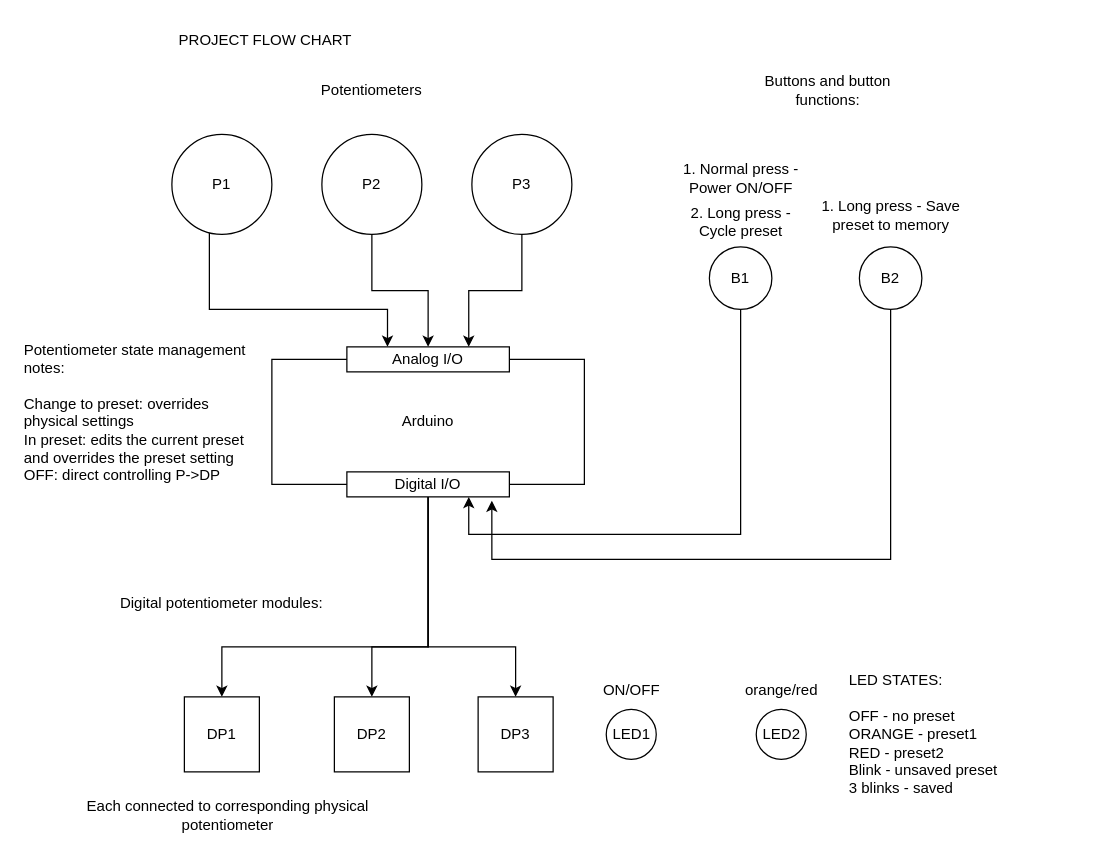
The draw.io diagram pedal_project_flow_chart.drawio in hansimb/pedal-controller-prototype, before the edit. Source tidied: cells renumbered, new cells numbered last; positions are measured from the earlier drawing's top-left corner, leaving out a move shared by most shapes. Both pictures are drawn from the tidied source at 125%, with x=0, y=0 at pixel (21, 21).
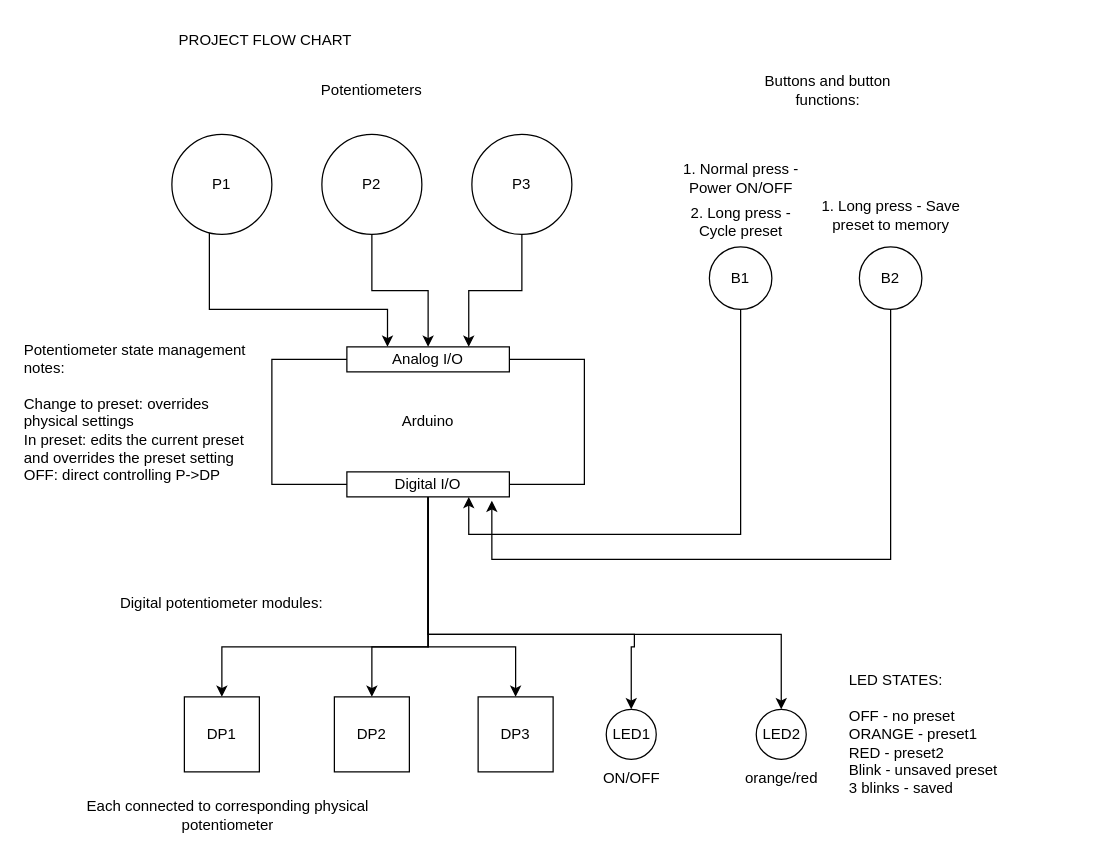
The same page after the edit.

Commit message (it also covers changes not shown here):
Fix: LED connections added

The change refers to these unchanged cells:
```xml
<mxCell id="23" value="Digital I/O" style="rounded=0;whiteSpace=wrap;html=1;" parent="1" vertex="1">
  <mxGeometry x="260" y="360" width="130" height="20" as="geometry" />
</mxCell>
<mxCell id="29" value="LED1" style="ellipse;whiteSpace=wrap;html=1;shapeInside=1;" parent="1" vertex="1">
  <mxGeometry x="467.5" y="550" width="40" height="40" as="geometry" />
</mxCell>
<mxCell id="30" value="LED2" style="ellipse;whiteSpace=wrap;html=1;shapeInside=1;" parent="1" vertex="1">
  <mxGeometry x="587.5" y="550" width="40" height="40" as="geometry" />
</mxCell>
```

The edit, as a diff of the source:
```diff
@@
+    <mxCell id="35" style="edgeStyle=orthogonalEdgeStyle;rounded=0;jettySize=auto;html=1;entryX=0.5;entryY=0;entryDx=0;entryDy=0;" parent="1" edge="1" source="23" target="29">
+      <mxGeometry relative="1" as="geometry">
+        <Array as="points">
+          <mxPoint x="325" y="490" />
+          <mxPoint x="490" y="490" />
+          <mxPoint x="490" y="500" />
+          <mxPoint x="487.5" y="500" />
+        </Array>
+      </mxGeometry>
+    </mxCell>
+    <mxCell id="36" style="edgeStyle=orthogonalEdgeStyle;rounded=0;jettySize=auto;html=1;" parent="1" edge="1" source="23" target="30">
+      <mxGeometry relative="1" as="geometry">
+        <Array as="points">
+          <mxPoint x="325" y="490" />
+          <mxPoint x="607.5" y="490" />
+        </Array>
+      </mxGeometry>
+    </mxCell>
@@
     <mxCell id="31" value="ON/OFF" style="text;html=1;whiteSpace=wrap;strokeColor=none;fillColor=none;align=center;verticalAlign=middle;rounded=0;" parent="1" vertex="1">
-      <mxGeometry x="457.5" y="520" width="60" height="30" as="geometry" />
+      <mxGeometry x="457.5" y="590" width="60" height="30" as="geometry" />
     </mxCell>
     <mxCell id="32" value="orange/red" style="text;html=1;whiteSpace=wrap;strokeColor=none;fillColor=none;align=center;verticalAlign=middle;rounded=0;" parent="1" vertex="1">
-      <mxGeometry x="577.5" y="520" width="60" height="30" as="geometry" />
+      <mxGeometry x="577.5" y="590" width="60" height="30" as="geometry" />
     </mxCell>
```
